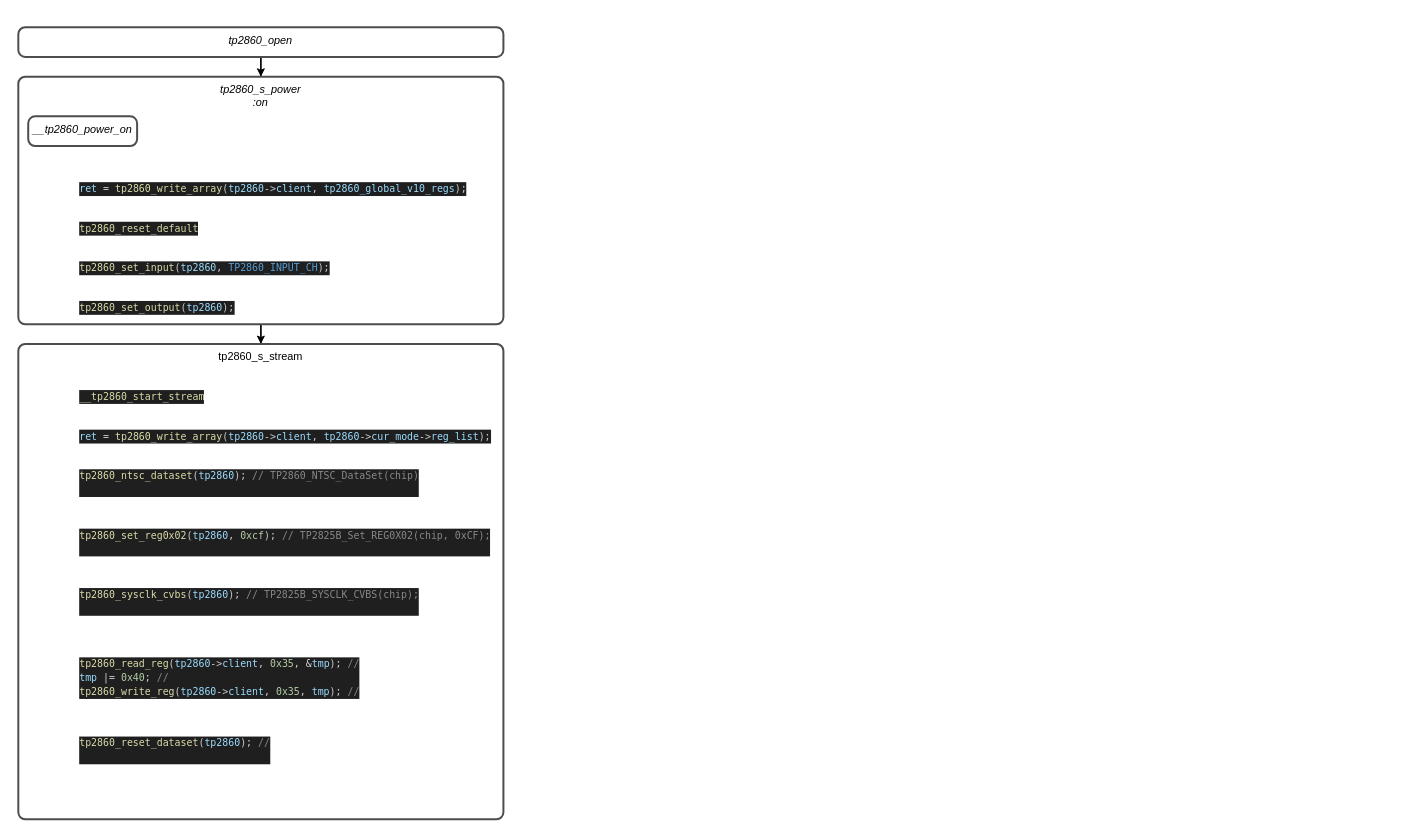
This is page "develop" (2 of 2) of drawio/CAMERA.drawio from lchy0113/rk_develop, a draw.io file, before an edit. Source tidied: cells renumbered, new cells numbered last; positions are measured from the earlier drawing's top-left corner, leaving out a move shared by most shapes. Both pictures are drawn from the tidied source at 99%, with x=0, y=0 at pixel (18, 27).
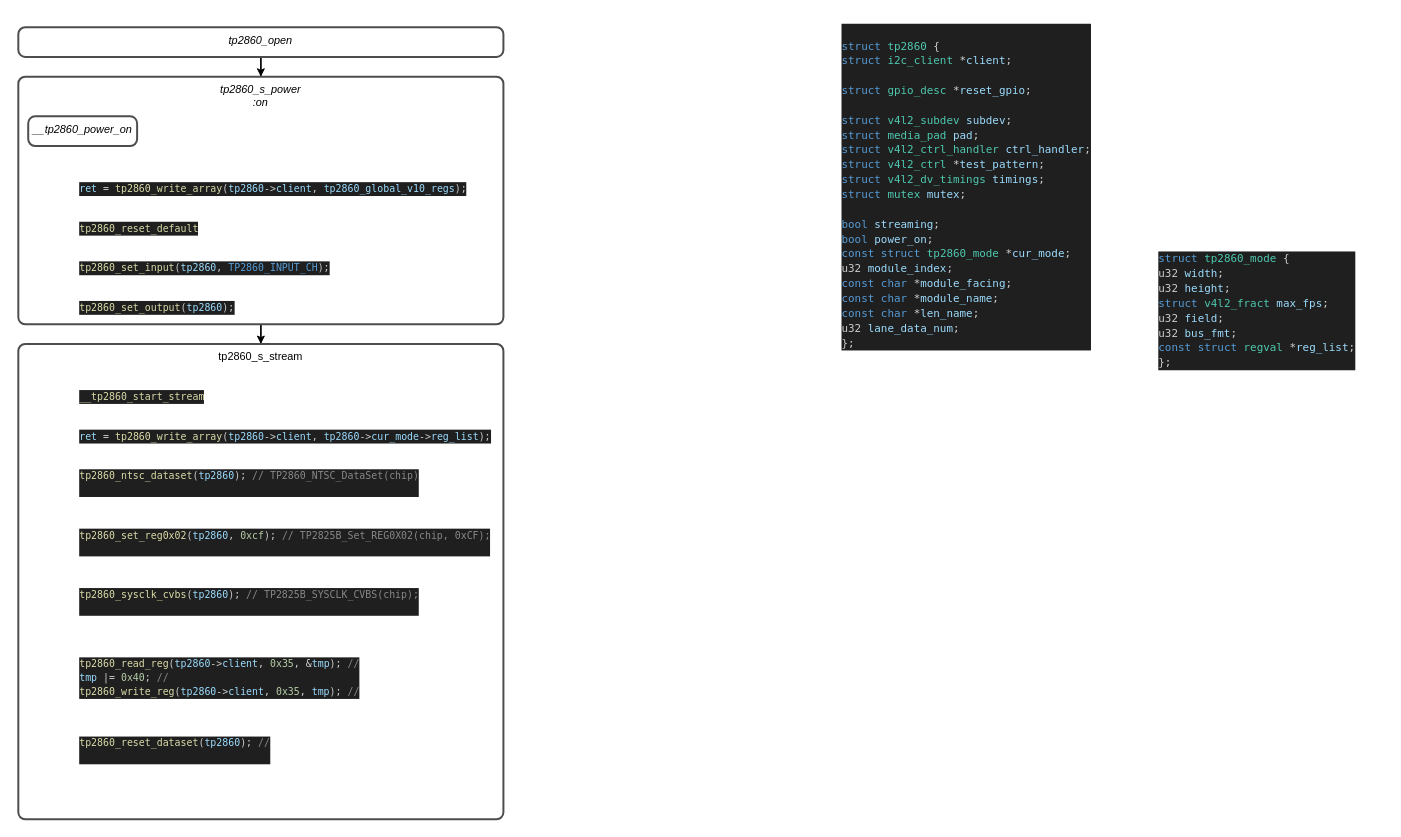
The same diagram, later.

Change to the diagram source:
```diff
@@
+    <mxCell id="19" value="&lt;div style=&quot;color: rgb(204, 204, 204); background-color: rgb(31, 31, 31); font-family: &amp;quot;Droid Sans Mono&amp;quot;, &amp;quot;monospace&amp;quot;, monospace; font-weight: normal; font-size: 11px; line-height: 15px;&quot;&gt;&lt;br&gt;&lt;div&gt;&lt;span style=&quot;color: #569cd6;&quot;&gt;struct&lt;/span&gt;&lt;span style=&quot;color: #cccccc;&quot;&gt; &lt;/span&gt;&lt;span style=&quot;color: #4ec9b0;&quot;&gt;tp2860&lt;/span&gt;&lt;span style=&quot;color: #cccccc;&quot;&gt; {&lt;/span&gt;&lt;/div&gt;&lt;div&gt;&lt;span style=&quot;color: #cccccc;&quot;&gt;    &lt;/span&gt;&lt;span style=&quot;color: #569cd6;&quot;&gt;struct&lt;/span&gt;&lt;span style=&quot;color: #cccccc;&quot;&gt; &lt;/span&gt;&lt;span style=&quot;color: #4ec9b0;&quot;&gt;i2c_client&lt;/span&gt;&lt;span style=&quot;color: #cccccc;&quot;&gt; &lt;/span&gt;&lt;span style=&quot;color: #d4d4d4;&quot;&gt;*&lt;/span&gt;&lt;span style=&quot;color: #9cdcfe;&quot;&gt;client&lt;/span&gt;&lt;span style=&quot;color: #cccccc;&quot;&gt;;&lt;/span&gt;&lt;/div&gt;&lt;br&gt;&lt;div&gt;&lt;span style=&quot;color: #cccccc;&quot;&gt;    &lt;/span&gt;&lt;span style=&quot;color: #569cd6;&quot;&gt;struct&lt;/span&gt;&lt;span style=&quot;color: #cccccc;&quot;&gt; &lt;/span&gt;&lt;span style=&quot;color: #4ec9b0;&quot;&gt;gpio_desc&lt;/span&gt;&lt;span style=&quot;color: #cccccc;&quot;&gt; &lt;/span&gt;&lt;span style=&quot;color: #d4d4d4;&quot;&gt;*&lt;/span&gt;&lt;span style=&quot;color: #9cdcfe;&quot;&gt;reset_gpio&lt;/span&gt;&lt;span style=&quot;color: #cccccc;&quot;&gt;;&lt;/span&gt;&lt;/div&gt;&lt;br&gt;&lt;div&gt;&lt;span style=&quot;color: #cccccc;&quot;&gt;    &lt;/span&gt;&lt;span style=&quot;color: #569cd6;&quot;&gt;struct&lt;/span&gt;&lt;span style=&quot;color: #cccccc;&quot;&gt; &lt;/span&gt;&lt;span style=&quot;color: #4ec9b0;&quot;&gt;v4l2_subdev&lt;/span&gt;&lt;span style=&quot;color: #cccccc;&quot;&gt; &lt;/span&gt;&lt;span style=&quot;color: #9cdcfe;&quot;&gt;subdev&lt;/span&gt;&lt;span style=&quot;color: #cccccc;&quot;&gt;;&lt;/span&gt;&lt;/div&gt;&lt;div&gt;&lt;span style=&quot;color: #cccccc;&quot;&gt;    &lt;/span&gt;&lt;span style=&quot;color: #569cd6;&quot;&gt;struct&lt;/span&gt;&lt;span style=&quot;color: #cccccc;&quot;&gt; &lt;/span&gt;&lt;span style=&quot;color: #4ec9b0;&quot;&gt;media_pad&lt;/span&gt;&lt;span style=&quot;color: #cccccc;&quot;&gt; &lt;/span&gt;&lt;span style=&quot;color: #9cdcfe;&quot;&gt;pad&lt;/span&gt;&lt;span style=&quot;color: #cccccc;&quot;&gt;;&lt;/span&gt;&lt;/div&gt;&lt;div&gt;&lt;span style=&quot;color: #cccccc;&quot;&gt;    &lt;/span&gt;&lt;span style=&quot;color: #569cd6;&quot;&gt;struct&lt;/span&gt;&lt;span style=&quot;color: #cccccc;&quot;&gt; &lt;/span&gt;&lt;span style=&quot;color: #4ec9b0;&quot;&gt;v4l2_ctrl_handler&lt;/span&gt;&lt;span style=&quot;color: #cccccc;&quot;&gt; &lt;/span&gt;&lt;span style=&quot;color: #9cdcfe;&quot;&gt;ctrl_handler&lt;/span&gt;&lt;span style=&quot;color: #cccccc;&quot;&gt;;&lt;/span&gt;&lt;/div&gt;&lt;div&gt;&lt;span style=&quot;color: #cccccc;&quot;&gt;    &lt;/span&gt;&lt;span style=&quot;color: #569cd6;&quot;&gt;struct&lt;/span&gt;&lt;span style=&quot;color: #cccccc;&quot;&gt; &lt;/span&gt;&lt;span style=&quot;color: #4ec9b0;&quot;&gt;v4l2_ctrl&lt;/span&gt;&lt;span style=&quot;color: #cccccc;&quot;&gt; &lt;/span&gt;&lt;span style=&quot;color: #d4d4d4;&quot;&gt;*&lt;/span&gt;&lt;span style=&quot;color: #9cdcfe;&quot;&gt;test_pattern&lt;/span&gt;&lt;span style=&quot;color: #cccccc;&quot;&gt;;&lt;/span&gt;&lt;/div&gt;&lt;div&gt;&lt;span style=&quot;color: #cccccc;&quot;&gt;    &lt;/span&gt;&lt;span style=&quot;color: #569cd6;&quot;&gt;struct&lt;/span&gt;&lt;span style=&quot;color: #cccccc;&quot;&gt; &lt;/span&gt;&lt;span style=&quot;color: #4ec9b0;&quot;&gt;v4l2_dv_timings&lt;/span&gt;&lt;span style=&quot;color: #cccccc;&quot;&gt; &lt;/span&gt;&lt;span style=&quot;color: #9cdcfe;&quot;&gt;timings&lt;/span&gt;&lt;span style=&quot;color: #cccccc;&quot;&gt;;&lt;/span&gt;&lt;/div&gt;&lt;div&gt;&lt;span style=&quot;color: #cccccc;&quot;&gt;    &lt;/span&gt;&lt;span style=&quot;color: #569cd6;&quot;&gt;struct&lt;/span&gt;&lt;span style=&quot;color: #cccccc;&quot;&gt; &lt;/span&gt;&lt;span style=&quot;color: #4ec9b0;&quot;&gt;mutex&lt;/span&gt;&lt;span style=&quot;color: #cccccc;&quot;&gt; &lt;/span&gt;&lt;span style=&quot;color: #9cdcfe;&quot;&gt;mutex&lt;/span&gt;&lt;span style=&quot;color: #cccccc;&quot;&gt;;&lt;/span&gt;&lt;/div&gt;&lt;br&gt;&lt;div&gt;&lt;span style=&quot;color: #cccccc;&quot;&gt;    &lt;/span&gt;&lt;span style=&quot;color: #569cd6;&quot;&gt;bool&lt;/span&gt;&lt;span style=&quot;color: #cccccc;&quot;&gt; &lt;/span&gt;&lt;span style=&quot;color: #9cdcfe;&quot;&gt;streaming&lt;/span&gt;&lt;span style=&quot;color: #cccccc;&quot;&gt;;&lt;/span&gt;&lt;/div&gt;&lt;div&gt;&lt;span style=&quot;color: #cccccc;&quot;&gt;    &lt;/span&gt;&lt;span style=&quot;color: #569cd6;&quot;&gt;bool&lt;/span&gt;&lt;span style=&quot;color: #cccccc;&quot;&gt; &lt;/span&gt;&lt;span style=&quot;color: #9cdcfe;&quot;&gt;power_on&lt;/span&gt;&lt;span style=&quot;color: #cccccc;&quot;&gt;;&lt;/span&gt;&lt;/div&gt;&lt;div&gt;&lt;span style=&quot;color: #cccccc;&quot;&gt;    &lt;/span&gt;&lt;span style=&quot;color: #569cd6;&quot;&gt;const&lt;/span&gt;&lt;span style=&quot;color: #cccccc;&quot;&gt; &lt;/span&gt;&lt;span style=&quot;color: #569cd6;&quot;&gt;struct&lt;/span&gt;&lt;span style=&quot;color: #cccccc;&quot;&gt; &lt;/span&gt;&lt;span style=&quot;color: #4ec9b0;&quot;&gt;tp2860_mode&lt;/span&gt;&lt;span style=&quot;color: #cccccc;&quot;&gt; &lt;/span&gt;&lt;span style=&quot;color: #d4d4d4;&quot;&gt;*&lt;/span&gt;&lt;span style=&quot;color: #9cdcfe;&quot;&gt;cur_mode&lt;/span&gt;&lt;span style=&quot;color: #cccccc;&quot;&gt;;&lt;/span&gt;&lt;/div&gt;&lt;div&gt;&lt;span style=&quot;color: #cccccc;&quot;&gt;    u32 &lt;/span&gt;&lt;span style=&quot;color: #9cdcfe;&quot;&gt;module_index&lt;/span&gt;&lt;span style=&quot;color: #cccccc;&quot;&gt;;&lt;/span&gt;&lt;/div&gt;&lt;div&gt;&lt;span style=&quot;color: #cccccc;&quot;&gt;    &lt;/span&gt;&lt;span style=&quot;color: #569cd6;&quot;&gt;const&lt;/span&gt;&lt;span style=&quot;color: #cccccc;&quot;&gt; &lt;/span&gt;&lt;span style=&quot;color: #569cd6;&quot;&gt;char&lt;/span&gt;&lt;span style=&quot;color: #cccccc;&quot;&gt; &lt;/span&gt;&lt;span style=&quot;color: #d4d4d4;&quot;&gt;*&lt;/span&gt;&lt;span style=&quot;color: #9cdcfe;&quot;&gt;module_facing&lt;/span&gt;&lt;span style=&quot;color: #cccccc;&quot;&gt;;&lt;/span&gt;&lt;/div&gt;&lt;div&gt;&lt;span style=&quot;color: #cccccc;&quot;&gt;    &lt;/span&gt;&lt;span style=&quot;color: #569cd6;&quot;&gt;const&lt;/span&gt;&lt;span style=&quot;color: #cccccc;&quot;&gt; &lt;/span&gt;&lt;span style=&quot;color: #569cd6;&quot;&gt;char&lt;/span&gt;&lt;span style=&quot;color: #cccccc;&quot;&gt; &lt;/span&gt;&lt;span style=&quot;color: #d4d4d4;&quot;&gt;*&lt;/span&gt;&lt;span style=&quot;color: #9cdcfe;&quot;&gt;module_name&lt;/span&gt;&lt;span style=&quot;color: #cccccc;&quot;&gt;;&lt;/span&gt;&lt;/div&gt;&lt;div&gt;&lt;span style=&quot;color: #cccccc;&quot;&gt;    &lt;/span&gt;&lt;span style=&quot;color: #569cd6;&quot;&gt;const&lt;/span&gt;&lt;span style=&quot;color: #cccccc;&quot;&gt; &lt;/span&gt;&lt;span style=&quot;color: #569cd6;&quot;&gt;char&lt;/span&gt;&lt;span style=&quot;color: #cccccc;&quot;&gt; &lt;/span&gt;&lt;span style=&quot;color: #d4d4d4;&quot;&gt;*&lt;/span&gt;&lt;span style=&quot;color: #9cdcfe;&quot;&gt;len_name&lt;/span&gt;&lt;span style=&quot;color: #cccccc;&quot;&gt;;&lt;/span&gt;&lt;/div&gt;&lt;div&gt;&lt;span style=&quot;color: #cccccc;&quot;&gt;    u32 &lt;/span&gt;&lt;span style=&quot;color: #9cdcfe;&quot;&gt;lane_data_num&lt;/span&gt;&lt;span style=&quot;color: #cccccc;&quot;&gt;;&lt;/span&gt;&lt;/div&gt;&lt;div&gt;&lt;span style=&quot;color: #cccccc;&quot;&gt;};&lt;/span&gt;&lt;/div&gt;&lt;/div&gt;" style="text;whiteSpace=wrap;html=1;" parent="1" vertex="1">
+      <mxGeometry x="830" y="-10" width="290" height="350" as="geometry" />
+    </mxCell>
+    <mxCell id="20" value="&lt;div style=&quot;color: rgb(204, 204, 204); background-color: rgb(31, 31, 31); font-family: &amp;quot;Droid Sans Mono&amp;quot;, &amp;quot;monospace&amp;quot;, monospace; font-weight: normal; font-size: 11px; line-height: 15px;&quot;&gt;&lt;div&gt;&lt;span style=&quot;color: #569cd6;&quot;&gt;struct&lt;/span&gt;&lt;span style=&quot;color: #cccccc;&quot;&gt; &lt;/span&gt;&lt;span style=&quot;color: #4ec9b0;&quot;&gt;tp2860_mode&lt;/span&gt;&lt;span style=&quot;color: #cccccc;&quot;&gt; {&lt;/span&gt;&lt;/div&gt;&lt;div&gt;&lt;span style=&quot;color: #cccccc;&quot;&gt;    u32 &lt;/span&gt;&lt;span style=&quot;color: #9cdcfe;&quot;&gt;width&lt;/span&gt;&lt;span style=&quot;color: #cccccc;&quot;&gt;;&lt;/span&gt;&lt;/div&gt;&lt;div&gt;&lt;span style=&quot;color: #cccccc;&quot;&gt;    u32 &lt;/span&gt;&lt;span style=&quot;color: #9cdcfe;&quot;&gt;height&lt;/span&gt;&lt;span style=&quot;color: #cccccc;&quot;&gt;;&lt;/span&gt;&lt;/div&gt;&lt;div&gt;&lt;span style=&quot;color: #cccccc;&quot;&gt;    &lt;/span&gt;&lt;span style=&quot;color: #569cd6;&quot;&gt;struct&lt;/span&gt;&lt;span style=&quot;color: #cccccc;&quot;&gt; &lt;/span&gt;&lt;span style=&quot;color: #4ec9b0;&quot;&gt;v4l2_fract&lt;/span&gt;&lt;span style=&quot;color: #cccccc;&quot;&gt; &lt;/span&gt;&lt;span style=&quot;color: #9cdcfe;&quot;&gt;max_fps&lt;/span&gt;&lt;span style=&quot;color: #cccccc;&quot;&gt;;&lt;/span&gt;&lt;/div&gt;&lt;div&gt;&lt;span style=&quot;color: #cccccc;&quot;&gt;    u32 &lt;/span&gt;&lt;span style=&quot;color: #9cdcfe;&quot;&gt;field&lt;/span&gt;&lt;span style=&quot;color: #cccccc;&quot;&gt;;&lt;/span&gt;&lt;/div&gt;&lt;div&gt;&lt;span style=&quot;color: #cccccc;&quot;&gt;    u32 &lt;/span&gt;&lt;span style=&quot;color: #9cdcfe;&quot;&gt;bus_fmt&lt;/span&gt;&lt;span style=&quot;color: #cccccc;&quot;&gt;;&lt;/span&gt;&lt;/div&gt;&lt;div&gt;&lt;span style=&quot;color: #cccccc;&quot;&gt;    &lt;/span&gt;&lt;span style=&quot;color: #569cd6;&quot;&gt;const&lt;/span&gt;&lt;span style=&quot;color: #cccccc;&quot;&gt; &lt;/span&gt;&lt;span style=&quot;color: #569cd6;&quot;&gt;struct&lt;/span&gt;&lt;span style=&quot;color: #cccccc;&quot;&gt; &lt;/span&gt;&lt;span style=&quot;color: #4ec9b0;&quot;&gt;regval&lt;/span&gt;&lt;span style=&quot;color: #cccccc;&quot;&gt; &lt;/span&gt;&lt;span style=&quot;color: #d4d4d4;&quot;&gt;*&lt;/span&gt;&lt;span style=&quot;color: #9cdcfe;&quot;&gt;reg_list&lt;/span&gt;&lt;span style=&quot;color: #cccccc;&quot;&gt;;&lt;/span&gt;&lt;/div&gt;&lt;div&gt;&lt;span style=&quot;color: #cccccc;&quot;&gt;};&lt;/span&gt;&lt;/div&gt;&lt;/div&gt;" style="text;whiteSpace=wrap;html=1;" parent="1" vertex="1">
+      <mxGeometry x="1150" y="220" width="230" height="140" as="geometry" />
+    </mxCell>
```
